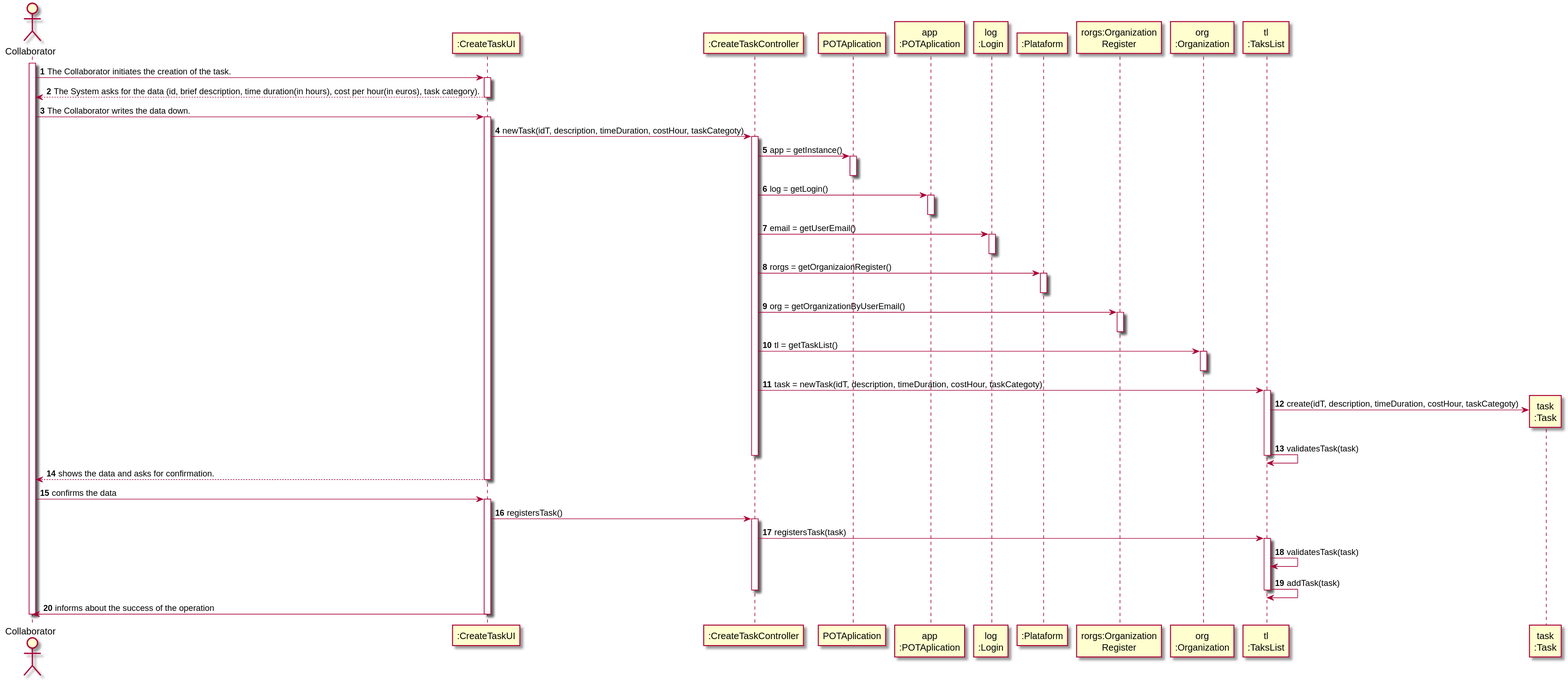
1190452/LAPR2 keeps this PlantUML diagram as docs/UC2 - Create Task/UC2_SD.svg. Above is the earlier version. The source it was exported from:
```plantuml
@startuml
autonumber
actor "Collaborator" as ADM

participant ":CreateTaskUI" as UI
participant ":CreateTaskController" as CTRL
participant "POTAplication" as _APP
participant "app\n:POTAplication" as APP
participant "log\n:Login" as SESSAO
participant ":Plataform" as PLAT
participant "rorgs:Organization\nRegister" as RORGS
participant "org\n:Organization" as ORG
participant "tl\n:TaksList" as LTASKS
participant "task\n:Task" as TAREFA


activate ADM
ADM -> UI : The Collaborator initiates the creation of the task.
activate UI
UI --> ADM : The System asks for the data (id, brief description, time duration(in hours), cost per hour(in euros), task category).
deactivate UI

ADM -> UI : The Collaborator writes the data down.
activate UI

UI -> CTRL : newTask(idT, description, timeDuration, costHour, taskCategoty)
activate CTRL

CTRL -> _APP : app = getInstance()
activate _APP
deactivate _APP

CTRL -> APP : log = getLogin()
activate APP
deactivate APP

CTRL -> SESSAO : email = getUserEmail()
activate SESSAO
deactivate SESSAO

CTRL -> PLAT : rorgs = getOrganizaionRegister()
activate PLAT
deactivate PLAT

CTRL -> RORGS : org = getOrganizationByUserEmail()
activate RORGS
deactivate RORGS

CTRL -> ORG : tl = getTaskList()
activate ORG
deactivate ORG

CTRL -> LTASKS : task = newTask(idT, description, timeDuration, costHour, taskCategoty)
activate LTASKS

LTASKS -> TAREFA** : create(idT, description, timeDuration, costHour, taskCategoty)

LTASKS -> LTASKS : validatesTask(task)

deactivate CTRL
deactivate LTASKS

UI --> ADM : shows the data and asks for confirmation.
deactivate UI

ADM -> UI : confirms the data
activate UI

UI -> CTRL : registersTask()
activate CTRL

CTRL -> LTASKS : registersTask(task)
activate LTASKS

LTASKS -> LTASKS : validatesTask(task)
LTASKS -> LTASKS : addTask(task)
deactivate LTASKS
deactivate CTRL

UI -> ADM : informs about the success of the operation
deactivate UI
deactivate ADM



@enduml
```
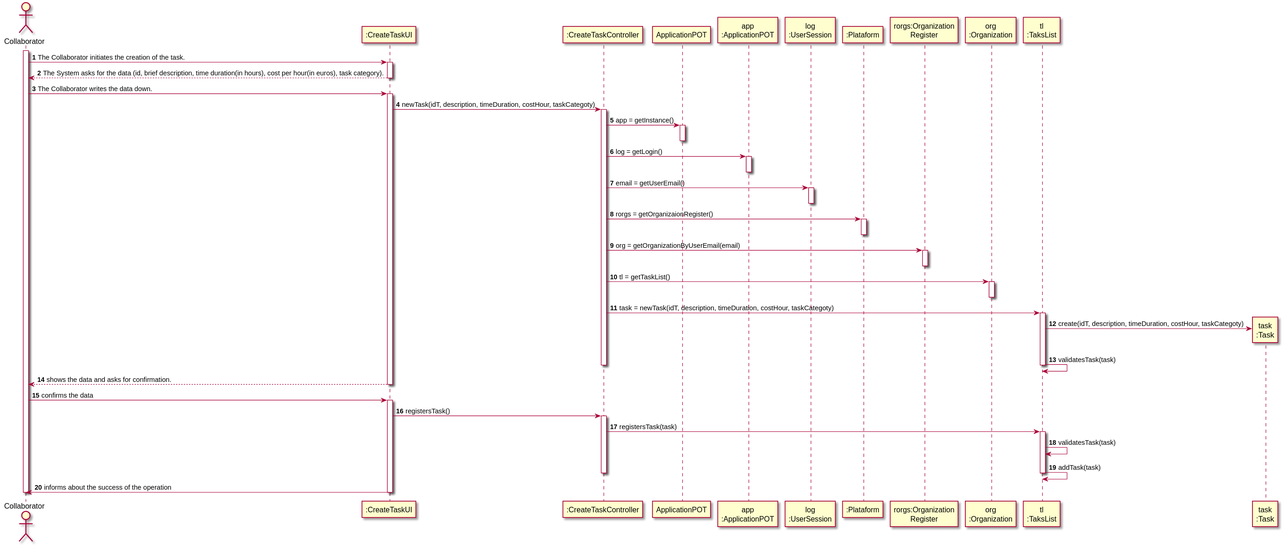
After the change.

The edit, as a diff of the source:
```diff
@@ -4,9 +4,9 @@
 
 participant ":CreateTaskUI" as UI
 participant ":CreateTaskController" as CTRL
-participant "POTAplication" as _APP
-participant "app\n:POTAplication" as APP
-participant "log\n:Login" as SESSAO
+participant "ApplicationPOT" as _APP
+participant "app\n:ApplicationPOT" as APP
+participant "log\n:UserSession" as SESSAO
 participant ":Plataform" as PLAT
 participant "rorgs:Organization\nRegister" as RORGS
 participant "org\n:Organization" as ORG
@@ -42,7 +42,7 @@
 activate PLAT
 deactivate PLAT
 
-CTRL -> RORGS : org = getOrganizationByUserEmail()
+CTRL -> RORGS : org = getOrganizationByUserEmail(email)
 activate RORGS
 deactivate RORGS
 
```
